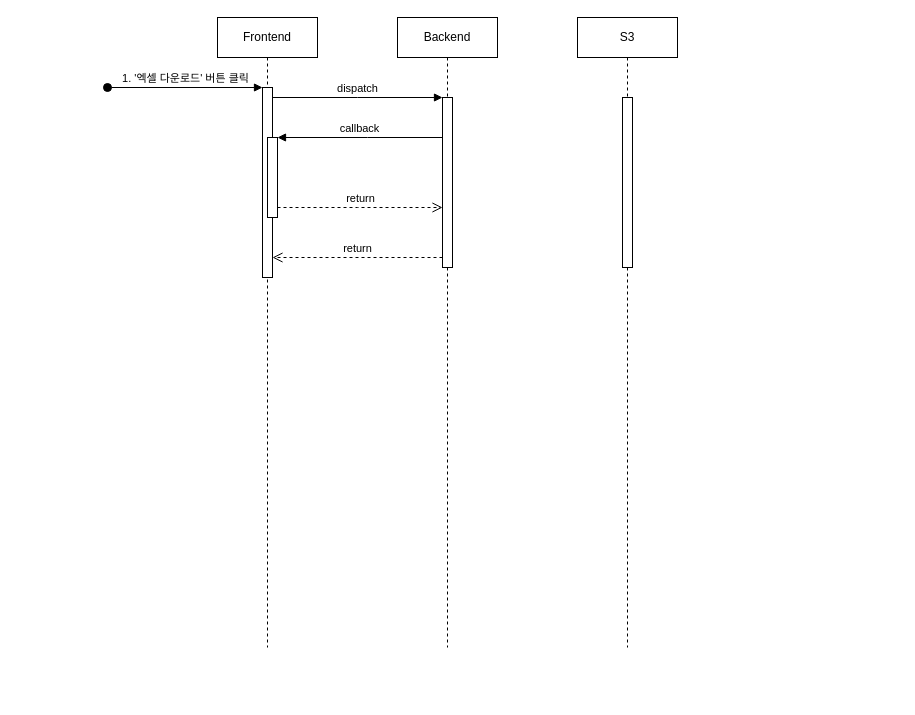
This is 제목 없는 다이어그램.drawio from chea-young/UML, a draw.io file, before an edit. Source tidied: cells renumbered, new cells numbered last; positions are measured from the earlier drawing's top-left corner, leaving out a move shared by most shapes. Both pictures are drawn from the tidied source at 100%, with x=0, y=0 at pixel (107, 17).
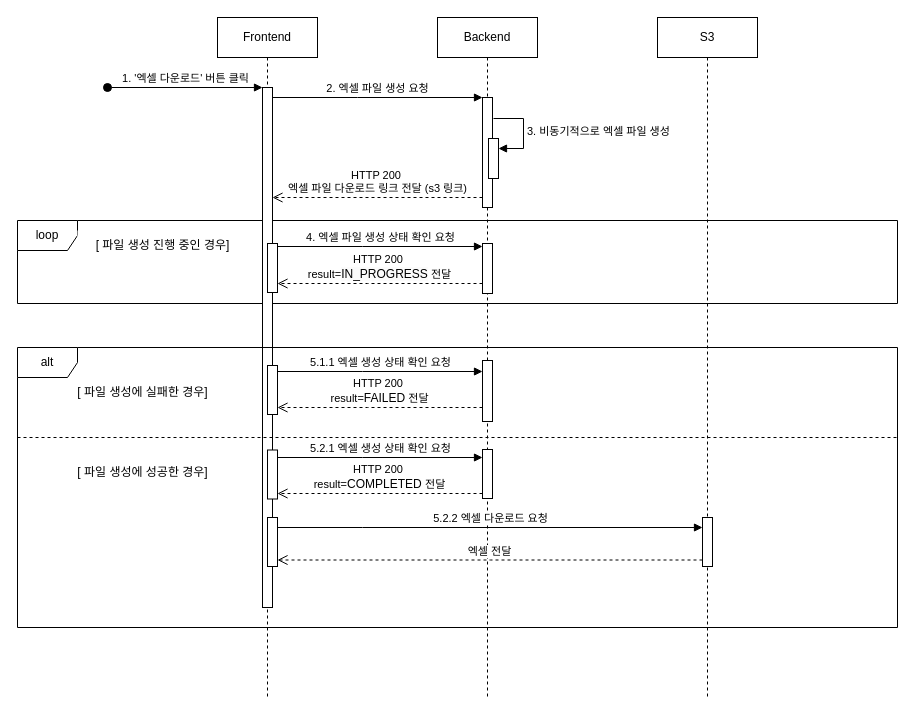
After the change.

Commit message:
[Feature] 엑셀 다운로드 API 시퀸스 다이어그램

What changed in the source:
```diff
@@
+    <mxCell id="14" value="loop" style="shape=umlFrame;whiteSpace=wrap;html=1;" parent="1" vertex="1">
+      <mxGeometry x="-90" y="203" width="880" height="83" as="geometry" />
+    </mxCell>
     <mxCell id="2" value="Frontend" style="shape=umlLifeline;perimeter=lifelinePerimeter;whiteSpace=wrap;html=1;newEdgeStyle={&quot;edgeStyle&quot;:&quot;elbowEdgeStyle&quot;,&quot;elbow&quot;:&quot;vertical&quot;,&quot;curved&quot;:0,&quot;rounded&quot;:0};" parent="1" vertex="1">
-      <mxGeometry x="110" width="100" height="630" as="geometry" />
+      <mxGeometry x="110" width="100" height="680" as="geometry" />
     </mxCell>
     <mxCell id="3" style="html=1;points=[];perimeter=orthogonalPerimeter;outlineConnect=0;targetShapes=umlLifeline;portConstraint=eastwest;newEdgeStyle={&quot;edgeStyle&quot;:&quot;elbowEdgeStyle&quot;,&quot;elbow&quot;:&quot;vertical&quot;,&quot;curved&quot;:0,&quot;rounded&quot;:0};" parent="2" vertex="1">
-      <mxGeometry x="45" y="70" width="10" height="190" as="geometry" />
+      <mxGeometry x="45" y="70" width="10" height="520" as="geometry" />
     </mxCell>
@@
-    <mxCell id="5" style="html=1;points=[];perimeter=orthogonalPerimeter;outlineConnect=0;targetShapes=umlLifeline;portConstraint=eastwest;newEdgeStyle={&quot;edgeStyle&quot;:&quot;elbowEdgeStyle&quot;,&quot;elbow&quot;:&quot;vertical&quot;,&quot;curved&quot;:0,&quot;rounded&quot;:0};" parent="2" vertex="1">
-      <mxGeometry x="50" y="120" width="10" height="80" as="geometry" />
-    </mxCell>
+    <mxCell id="15" style="html=1;perimeter=orthogonalPerimeter;targetShapes=umlLifeline;newEdgeStyle={&quot;curved&quot;:0,&quot;rounded&quot;:0};" parent="2" vertex="1">
+      <mxGeometry x="50" y="226" width="10" height="49" as="geometry" />
+    </mxCell>
     <mxCell id="6" value="Backend" style="shape=umlLifeline;perimeter=lifelinePerimeter;whiteSpace=wrap;html=1;newEdgeStyle={&quot;edgeStyle&quot;:&quot;elbowEdgeStyle&quot;,&quot;elbow&quot;:&quot;vertical&quot;,&quot;curved&quot;:0,&quot;rounded&quot;:0};" parent="1" vertex="1">
-      <mxGeometry x="290" width="100" height="630" as="geometry" />
+      <mxGeometry x="330" width="100" height="680" as="geometry" />
     </mxCell>
     <mxCell id="7" style="html=1;points=[];perimeter=orthogonalPerimeter;outlineConnect=0;targetShapes=umlLifeline;portConstraint=eastwest;newEdgeStyle={&quot;edgeStyle&quot;:&quot;elbowEdgeStyle&quot;,&quot;elbow&quot;:&quot;vertical&quot;,&quot;curved&quot;:0,&quot;rounded&quot;:0};" parent="6" vertex="1">
-      <mxGeometry x="45" y="80" width="10" height="170" as="geometry" />
+      <mxGeometry x="45" y="80" width="10" height="110" as="geometry" />
     </mxCell>
+    <mxCell id="16" value="3. 비동기적으로 엑셀 파일 생성" style="html=1;align=left;spacingLeft=2;endArrow=block;rounded=0;edgeStyle=orthogonalEdgeStyle;curved=0;rounded=0;" parent="6" edge="1" target="17">
+      <mxGeometry relative="1" as="geometry">
+        <mxPoint x="56" y="101" as="sourcePoint" />
+        <Array as="points">
+          <mxPoint x="86" y="131" />
+        </Array>
+      </mxGeometry>
+    </mxCell>
+    <mxCell id="17" style="html=1;points=[[0,0,0,0,5],[0,1,0,0,-5],[1,0,0,0,5],[1,1,0,0,-5]];perimeter=orthogonalPerimeter;outlineConnect=0;targetShapes=umlLifeline;portConstraint=eastwest;newEdgeStyle={&quot;curved&quot;:0,&quot;rounded&quot;:0};" parent="6" vertex="1">
+      <mxGeometry x="51" y="121" width="10" height="40" as="geometry" />
+    </mxCell>
+    <mxCell id="18" style="html=1;perimeter=orthogonalPerimeter;targetShapes=umlLifeline;newEdgeStyle={&quot;edgeStyle&quot;:&quot;elbowEdgeStyle&quot;,&quot;elbow&quot;:&quot;vertical&quot;,&quot;curved&quot;:0,&quot;rounded&quot;:0};" parent="6" vertex="1">
+      <mxGeometry x="45" y="226" width="10" height="50" as="geometry" />
+    </mxCell>
+    <mxCell id="19" style="html=1;perimeter=orthogonalPerimeter;targetShapes=umlLifeline;newEdgeStyle={&quot;curved&quot;:0,&quot;rounded&quot;:0};" parent="6" vertex="1">
+      <mxGeometry x="45" y="432" width="10" height="49" as="geometry" />
+    </mxCell>
-    <mxCell id="8" value="dispatch" style="html=1;verticalAlign=bottom;endArrow=block;edgeStyle=elbowEdgeStyle;elbow=vertical;curved=0;rounded=0;" parent="1" edge="1" source="3" target="7">
+    <mxCell id="8" value="2. 엑셀 파일 생성 요청" style="html=1;verticalAlign=bottom;endArrow=block;edgeStyle=elbowEdgeStyle;elbow=vertical;curved=0;rounded=0;" parent="1" edge="1" source="3" target="7">
       <mxGeometry relative="1" as="geometry">
         <Array as="points">
           <mxPoint x="250" y="80" />
         </Array>
       </mxGeometry>
     </mxCell>
-    <mxCell id="9" value="return" style="html=1;verticalAlign=bottom;endArrow=open;dashed=1;endSize=8;edgeStyle=elbowEdgeStyle;elbow=vertical;curved=0;rounded=0;" parent="1" edge="1" source="7" target="3">
+    <mxCell id="9" value="HTTP 200&amp;nbsp;&lt;div&gt;엑셀 파일 다운로드 링크 전달 (s3 링크)&lt;/div&gt;" style="html=1;verticalAlign=bottom;endArrow=open;dashed=1;endSize=8;edgeStyle=elbowEdgeStyle;elbow=horizontal;curved=0;rounded=0;" parent="1" edge="1">
       <mxGeometry relative="1" as="geometry">
+        <mxPoint x="375" y="180" as="sourcePoint" />
+        <mxPoint x="165" y="180" as="targetPoint" />
         <Array as="points">
-          <mxPoint x="260" y="240" />
+          <mxPoint x="255" y="180" />
         </Array>
       </mxGeometry>
     </mxCell>
-    <mxCell id="10" value="callback" style="html=1;verticalAlign=bottom;endArrow=block;edgeStyle=elbowEdgeStyle;elbow=vertical;curved=0;rounded=0;" parent="1" edge="1" source="7" target="5">
-      <mxGeometry relative="1" as="geometry">
-        <Array as="points">
-          <mxPoint x="260" y="120" />
-        </Array>
-      </mxGeometry>
-    </mxCell>
-    <mxCell id="11" value="return" style="html=1;verticalAlign=bottom;endArrow=open;dashed=1;endSize=8;edgeStyle=elbowEdgeStyle;elbow=vertical;curved=0;rounded=0;" parent="1" edge="1" source="5" target="7">
-      <mxGeometry relative="1" as="geometry">
-        <Array as="points">
-          <mxPoint x="250" y="190" />
-        </Array>
-      </mxGeometry>
-    </mxCell>
     <mxCell id="12" value="S3" style="shape=umlLifeline;perimeter=lifelinePerimeter;whiteSpace=wrap;html=1;newEdgeStyle={&quot;edgeStyle&quot;:&quot;elbowEdgeStyle&quot;,&quot;elbow&quot;:&quot;vertical&quot;,&quot;curved&quot;:0,&quot;rounded&quot;:0};" parent="1" vertex="1">
-      <mxGeometry x="470" width="100" height="630" as="geometry" />
+      <mxGeometry x="550" width="100" height="680" as="geometry" />
     </mxCell>
-    <mxCell id="13" style="html=1;perimeter=orthogonalPerimeter;targetShapes=umlLifeline;newEdgeStyle={&quot;edgeStyle&quot;:&quot;elbowEdgeStyle&quot;,&quot;elbow&quot;:&quot;vertical&quot;,&quot;curved&quot;:0,&quot;rounded&quot;:0};" parent="12" vertex="1">
-      <mxGeometry x="45" y="80" width="10" height="170" as="geometry" />
-    </mxCell>
+    <mxCell id="20" value="4. 엑셀 파일 생성 상태 확인 요청" style="html=1;verticalAlign=bottom;endArrow=block;edgeStyle=elbowEdgeStyle;elbow=vertical;curved=0;rounded=0;" parent="1" edge="1">
+      <mxGeometry relative="1" as="geometry">
+        <mxPoint x="170" y="229" as="sourcePoint" />
+        <mxPoint x="375" y="229" as="targetPoint" />
+        <Array as="points">
+          <mxPoint x="255" y="229" />
+        </Array>
+      </mxGeometry>
+    </mxCell>
+    <mxCell id="21" value="[ 파일 생성에 실패한 경우]" style="text;html=1;align=center;verticalAlign=middle;strokeColor=none;fillColor=default;" parent="1" vertex="1">
+      <mxGeometry x="-45" y="360" width="160" height="30" as="geometry" />
+    </mxCell>
+    <mxCell id="22" style="line;strokeWidth=1;fillColor=none;align=left;verticalAlign=middle;spacingTop=-1;spacingLeft=3;spacingRight=3;labelPosition=right;strokeColor=inherit;dashed=1;" parent="1" vertex="1">
+      <mxGeometry x="-90" y="416" width="880" height="8" as="geometry" />
+    </mxCell>
+    <mxCell id="23" value="alt" style="shape=umlFrame;whiteSpace=wrap;html=1;" parent="1" vertex="1">
+      <mxGeometry x="-90" y="330" width="880" height="280" as="geometry" />
+    </mxCell>
+    <mxCell id="24" value="[ 파일 생성 진행 중인 경우]" style="text;html=1;align=center;verticalAlign=middle;strokeColor=none;fillColor=default;" parent="1" vertex="1">
+      <mxGeometry x="-30" y="213" width="170" height="30" as="geometry" />
+    </mxCell>
+    <mxCell id="25" value="HTTP 200&amp;nbsp;&lt;div&gt;result=&lt;span style=&quot;font-size: 12px; background-color: rgb(251, 251, 251);&quot;&gt;IN_PROGRESS&lt;/span&gt;&amp;nbsp;전달&lt;/div&gt;" style="html=1;verticalAlign=bottom;endArrow=open;dashed=1;endSize=8;edgeStyle=elbowEdgeStyle;elbow=horizontal;curved=0;rounded=0;" parent="1" edge="1">
+      <mxGeometry relative="1" as="geometry">
+        <mxPoint x="375" y="266" as="sourcePoint" />
+        <mxPoint x="170" y="266" as="targetPoint" />
+        <Array as="points">
+          <mxPoint x="260" y="266" />
+        </Array>
+      </mxGeometry>
+    </mxCell>
+    <mxCell id="26" style="html=1;perimeter=orthogonalPerimeter;targetShapes=umlLifeline;newEdgeStyle={&quot;curved&quot;:0,&quot;rounded&quot;:0};" parent="1" vertex="1">
+      <mxGeometry x="160" y="348" width="10" height="49" as="geometry" />
+    </mxCell>
+    <mxCell id="27" value="5.1.1 엑셀 생성 상태 확인 요청" style="html=1;verticalAlign=bottom;endArrow=block;edgeStyle=elbowEdgeStyle;elbow=vertical;curved=0;rounded=0;" parent="1" edge="1">
+      <mxGeometry relative="1" as="geometry">
+        <mxPoint x="170" y="354" as="sourcePoint" />
+        <mxPoint x="375" y="354" as="targetPoint" />
+        <Array as="points">
+          <mxPoint x="255" y="354" />
+        </Array>
+      </mxGeometry>
+    </mxCell>
+    <mxCell id="28" style="html=1;perimeter=orthogonalPerimeter;targetShapes=umlLifeline;newEdgeStyle={&quot;edgeStyle&quot;:&quot;elbowEdgeStyle&quot;,&quot;elbow&quot;:&quot;vertical&quot;,&quot;curved&quot;:0,&quot;rounded&quot;:0};" parent="1" vertex="1">
+      <mxGeometry x="375" y="343" width="10" height="61" as="geometry" />
+    </mxCell>
+    <mxCell id="29" value="HTTP 200&amp;nbsp;&lt;div&gt;result=&lt;span style=&quot;font-size: 12px;&quot;&gt;FAILED&lt;/span&gt;&amp;nbsp;전달&lt;/div&gt;" style="html=1;verticalAlign=bottom;endArrow=open;dashed=1;endSize=8;edgeStyle=elbowEdgeStyle;elbow=horizontal;curved=0;rounded=0;" parent="1" edge="1">
+      <mxGeometry relative="1" as="geometry">
+        <mxPoint x="375" y="390" as="sourcePoint" />
+        <mxPoint x="170" y="390" as="targetPoint" />
+        <Array as="points">
+          <mxPoint x="260" y="390" />
+        </Array>
+      </mxGeometry>
+    </mxCell>
+    <mxCell id="30" value="[ 파일 생성에 성공한 경우]" style="text;html=1;align=center;verticalAlign=middle;strokeColor=none;fillColor=default;" parent="1" vertex="1">
+      <mxGeometry x="-45" y="440" width="160" height="30" as="geometry" />
+    </mxCell>
+    <mxCell id="31" value="5.2.1 엑셀 생성 상태 확인 요청" style="html=1;verticalAlign=bottom;endArrow=block;edgeStyle=elbowEdgeStyle;elbow=horizontal;curved=0;rounded=0;" parent="1" edge="1">
+      <mxGeometry relative="1" as="geometry">
+        <mxPoint x="170" y="440" as="sourcePoint" />
+        <mxPoint x="375" y="440" as="targetPoint" />
+        <Array as="points">
+          <mxPoint x="255" y="440" />
+        </Array>
+      </mxGeometry>
+    </mxCell>
+    <mxCell id="32" value="HTTP 200&amp;nbsp;&lt;div&gt;result=&lt;span style=&quot;font-size: 12px;&quot;&gt;COMPLETED&amp;nbsp;&lt;/span&gt;전달&lt;/div&gt;" style="html=1;verticalAlign=bottom;endArrow=open;dashed=1;endSize=8;edgeStyle=elbowEdgeStyle;elbow=horizontal;curved=0;rounded=0;" parent="1" edge="1">
+      <mxGeometry relative="1" as="geometry">
+        <mxPoint x="375" y="476" as="sourcePoint" />
+        <mxPoint x="170" y="476" as="targetPoint" />
+        <Array as="points">
+          <mxPoint x="260" y="476" />
+        </Array>
+      </mxGeometry>
+    </mxCell>
+    <mxCell id="33" style="html=1;perimeter=orthogonalPerimeter;targetShapes=umlLifeline;newEdgeStyle={&quot;curved&quot;:0,&quot;rounded&quot;:0};" parent="1" vertex="1">
+      <mxGeometry x="160" y="432.5" width="10" height="49" as="geometry" />
+    </mxCell>
+    <mxCell id="34" style="html=1;points=[[0,0,0,0,5],[0,1,0,0,-5],[1,0,0,0,5],[1,1,0,0,-5]];perimeter=orthogonalPerimeter;outlineConnect=0;targetShapes=umlLifeline;portConstraint=eastwest;newEdgeStyle={&quot;curved&quot;:0,&quot;rounded&quot;:0};" parent="1" vertex="1">
+      <mxGeometry x="160" y="500" width="10" height="49" as="geometry" />
+    </mxCell>
+    <mxCell id="35" value="5.2.2 엑셀 다운로드 요청" style="html=1;verticalAlign=bottom;endArrow=block;edgeStyle=elbowEdgeStyle;elbow=vertical;curved=0;rounded=0;" parent="1" edge="1" source="34" target="36">
+      <mxGeometry relative="1" as="geometry">
+        <Array as="points">
+          <mxPoint x="255" y="510" />
+        </Array>
+      </mxGeometry>
+    </mxCell>
+    <mxCell id="36" style="html=1;points=[[0,0,0,0,5],[0,1,0,0,-5],[1,0,0,0,5],[1,1,0,0,-5]];perimeter=orthogonalPerimeter;outlineConnect=0;targetShapes=umlLifeline;portConstraint=eastwest;newEdgeStyle={&quot;curved&quot;:0,&quot;rounded&quot;:0};" parent="1" vertex="1">
+      <mxGeometry x="595" y="500" width="10" height="49" as="geometry" />
+    </mxCell>
+    <mxCell id="37" value="엑셀 전달" style="html=1;verticalAlign=bottom;endArrow=open;dashed=1;endSize=8;edgeStyle=elbowEdgeStyle;elbow=horizontal;curved=0;rounded=0;" parent="1" edge="1">
+      <mxGeometry relative="1" as="geometry">
+        <mxPoint x="595" y="542.5" as="sourcePoint" />
+        <mxPoint x="170" y="542.5" as="targetPoint" />
+      </mxGeometry>
+    </mxCell>
```
